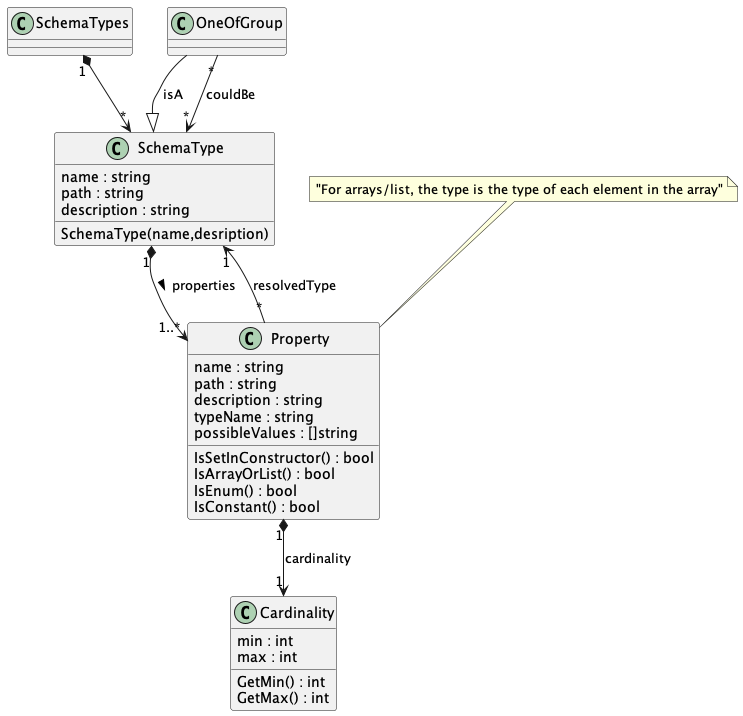
Above: uml/schema-types.png in techcobweb/openapi2beans (PlantUML), before the change.
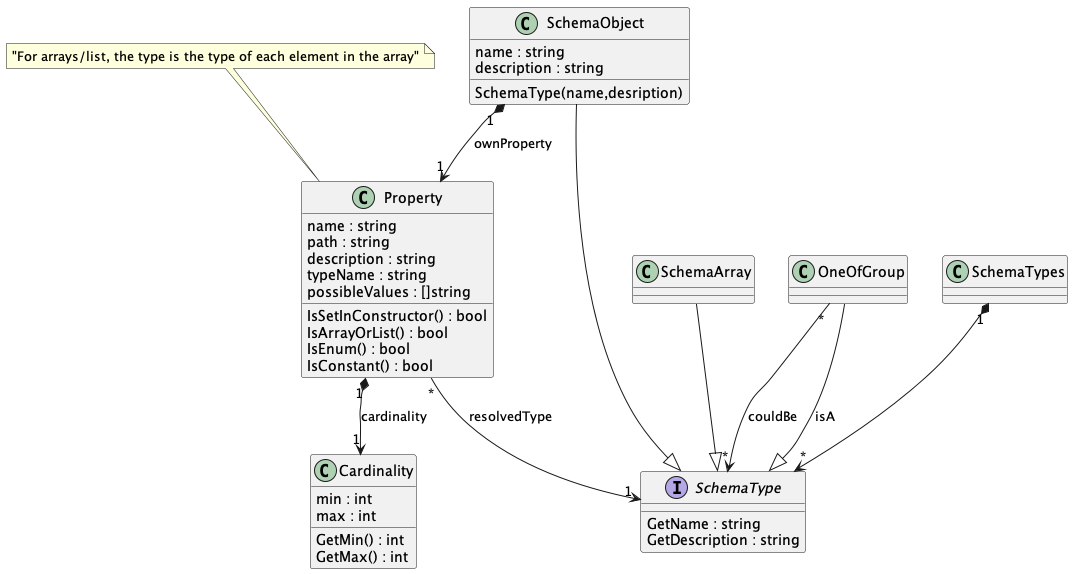
Above is the later version.

Diff of the diagram source:
```diff
@@ -5,13 +5,25 @@
 
 SchemaTypes "1" *--> "*" SchemaType
 
-class SchemaType {
+interface SchemaType {
+    {method} GetName : string
+    {method} GetDescription : string
+}
+
+class SchemaObject {
     {field} name : string
-    {field} path : string
     {field} description : string
-
     {method} SchemaType(name,desription)
 }
+
+SchemaObject --|> SchemaType
+SchemaObject "1" *--> "1" Property : ownProperty
+
+class SchemaArray {
+}
+
+SchemaArray --|> SchemaType
+
 
 
 class Property {
@@ -47,7 +59,7 @@
 OneOfGroup --|> SchemaType : isA
 OneOfGroup "*" --> "*" SchemaType : couldBe
 
-SchemaType "1" *--> "1..*" Property : properties >
+
 
 
 @enduml
```
